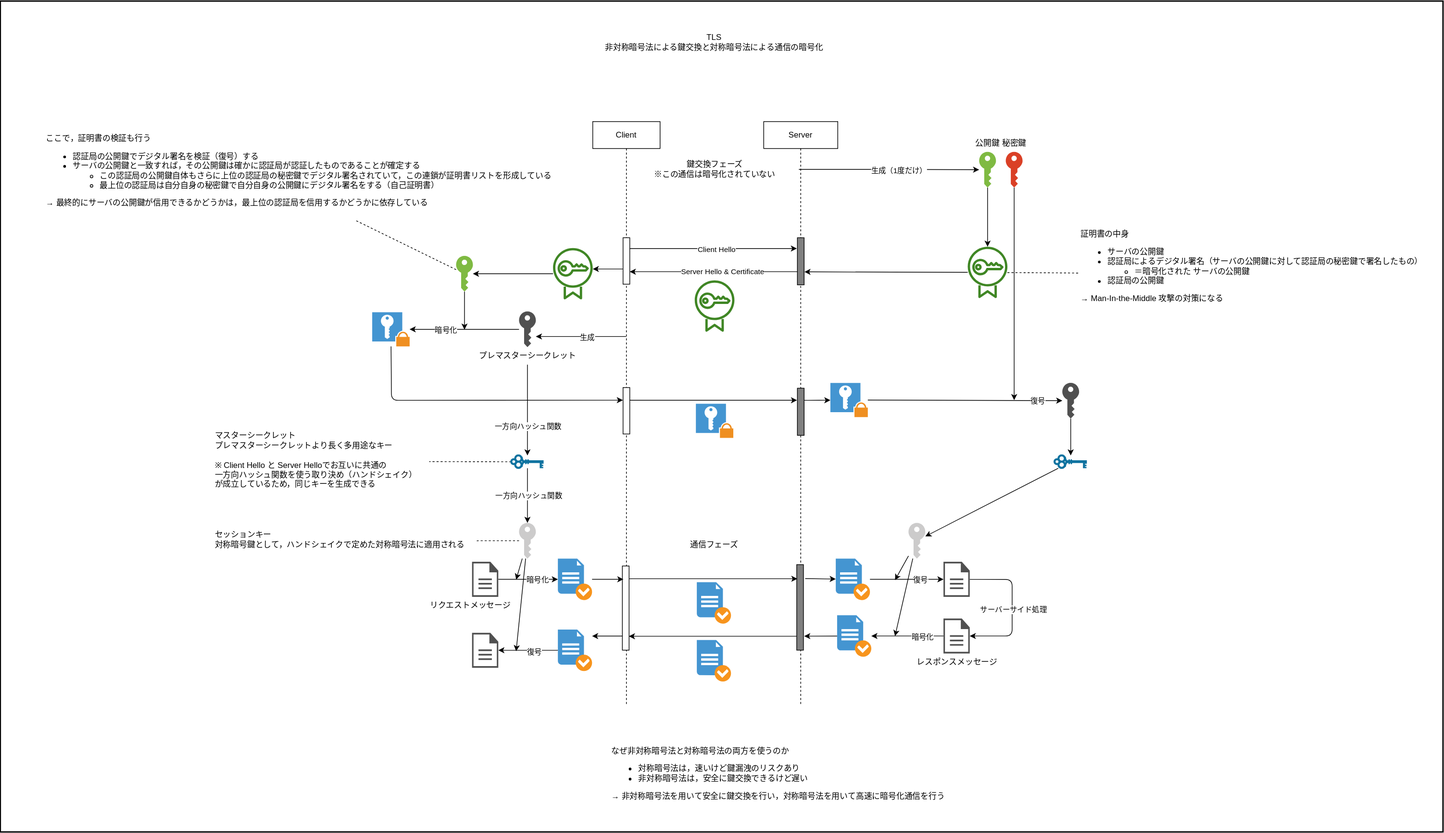
Above: diagrams/tls.drawio.svg in SOUSUKEKUROSAWA/drawio (draw.io), before the change. Source tidied: cells renumbered, new cells last; positions are measured from the earlier drawing's top-left corner, leaving out a move shared by most shapes.
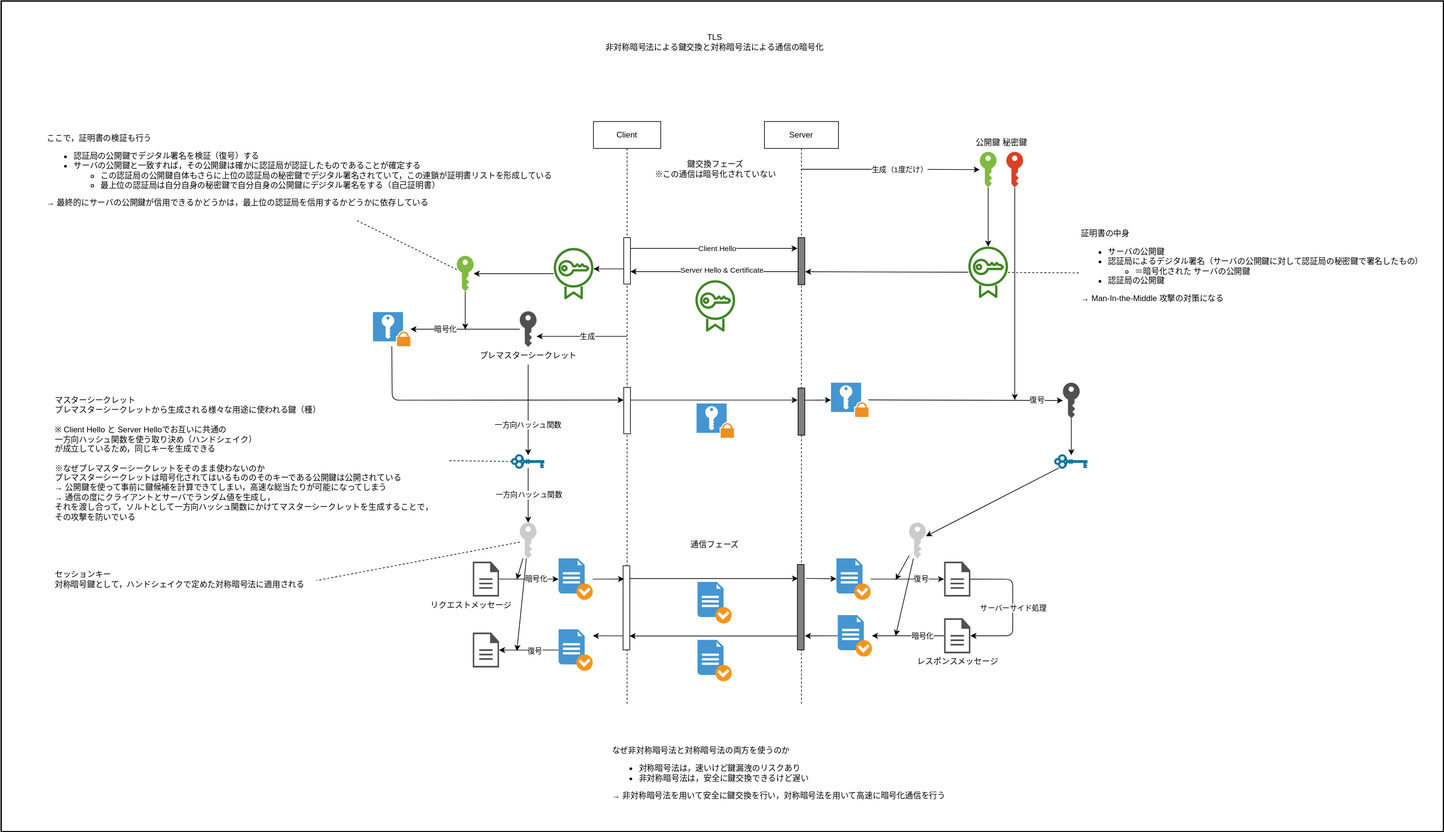
After the commit.

What changed in the source:
```diff
@@ -322,8 +322,8 @@
     <mxCell id="90" style="shadow=0;dashed=0;html=1;strokeColor=none;fillColor=#4495D1;labelPosition=center;verticalLabelPosition=bottom;verticalAlign=top;align=center;shape=mxgraph.veeam.checked_doc;" parent="1" vertex="1">
       <mxGeometry x="1034.6" y="949" width="50.8" height="61.6" as="geometry" />
     </mxCell>
-    <mxCell id="91" value="マスターシークレット&lt;br&gt;プレマスターシークレットより長く多用途なキー&lt;br&gt;&lt;br&gt;※ Client Hello と Server Helloでお互いに共通の&lt;br&gt;一方向ハッシュ関数を使う取り決め（ハンドシェイク）&lt;br&gt;が成立しているため，同じキーを生成できる" style="text;html=1;align=left;verticalAlign=middle;points=[];strokeColor=none;fillColor=none;" parent="1" vertex="1">
-      <mxGeometry x="317" y="633.3" width="318" height="98" as="geometry" />
+    <mxCell id="91" value="マスターシークレット&lt;br&gt;プレマスターシークレットから生成される様々な用途に使われる鍵（種）&lt;br&gt;&lt;br&gt;※ Client Hello と Server Helloでお互いに共通の&lt;br&gt;一方向ハッシュ関数を使う取り決め（ハンドシェイク）&lt;br&gt;が成立しているため，同じキーを生成できる&lt;br&gt;&lt;br&gt;※なぜプレマスターシークレットをそのまま使わないのか&lt;br&gt;プレマスターシークレットは暗号化されてはいるもののそのキーである公開鍵は公開されている&lt;br&gt;→ 公開鍵を使って事前に鍵候補を計算できてしまい，高速な総当たりが可能になってしまう&lt;br&gt;→ 通信の度にクライアントとサーバでランダム値を生成し，&lt;br&gt;それを渡し合って，ソルトとして一方向ハッシュ関数にかけてマスターシークレットを生成することで，&lt;br&gt;その攻撃を防いでいる" style="text;html=1;align=left;verticalAlign=middle;points=[];strokeColor=none;fillColor=none;" parent="1" vertex="1">
+      <mxGeometry x="78" y="580" width="582" height="199" as="geometry" />
     </mxCell>
     <mxCell id="92" style="edgeStyle=none;html=1;entryX=1.007;entryY=0.517;entryDx=0;entryDy=0;entryPerimeter=0;dashed=1;endArrow=none;endFill=0;" parent="1" edge="1" source="95" target="91">
       <mxGeometry relative="1" as="geometry" />
@@ -355,7 +355,7 @@
       <mxGeometry relative="1" as="geometry" />
     </mxCell>
     <mxCell id="101" value="セッションキー&lt;br&gt;対称暗号鍵として，ハンドシェイクで定めた対称暗号法に適用される" style="text;html=1;align=left;verticalAlign=middle;points=[];strokeColor=none;fillColor=none;" parent="1" vertex="1">
-      <mxGeometry x="317" y="779" width="390" height="41" as="geometry" />
+      <mxGeometry x="78" y="838.3" width="390" height="41" as="geometry" />
     </mxCell>
   </root>
 </mxGraphModel>
```
